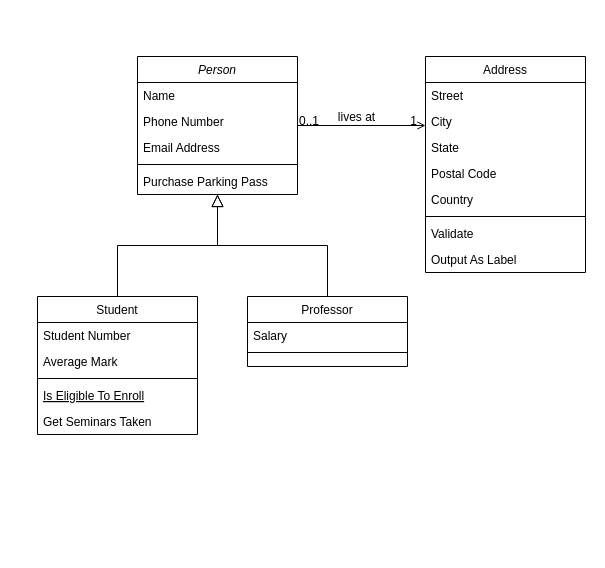
Above: ObjectClassDiagram.drawio in Thakkar-Khushang/Lofy-Backend (draw.io), before the change. Source tidied: cells renumbered, new cells numbered last; positions are measured from the earlier drawing's top-left corner, leaving out a move shared by most shapes. Both pictures are drawn from the tidied source at 100%, with x=0, y=0 at pixel (37, 56).
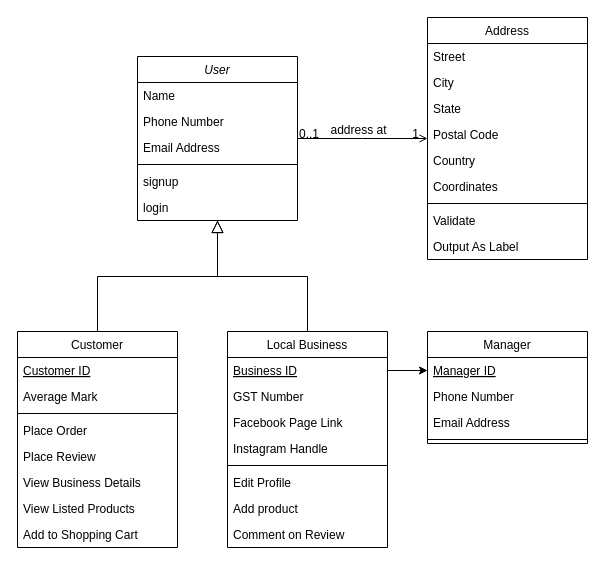
Above is the later version.

Commit message:
Finished Object Class Diagram

The change refers to these unchanged cells:
```xml
<mxCell id="28" style="endArrow=open;shadow=0;strokeWidth=1;rounded=0;endFill=1;edgeStyle=elbowEdgeStyle;elbow=vertical;" parent="1" edge="1" source="2" target="19">
  <mxGeometry x="0.5" y="41" relative="1" as="geometry">
    <mxPoint x="-40" y="32" as="offset" />
  </mxGeometry>
</mxCell>
```

Diff of the diagram source:
```diff
@@
-    <mxCell id="2" value="Person" style="swimlane;fontStyle=2;align=center;verticalAlign=top;horizontal=1;startSize=26;rounded=0;shadow=0;strokeWidth=1;" parent="1" vertex="1">
-      <mxGeometry x="100" width="160" height="138" as="geometry" />
+    <mxCell id="2" value="User" style="swimlane;fontStyle=2;align=center;verticalAlign=top;horizontal=1;startSize=26;rounded=0;shadow=0;strokeWidth=1;" parent="1" vertex="1">
+      <mxGeometry x="100" width="160" height="164" as="geometry" />
     </mxCell>
@@
+    <mxCell id="32" value="signup" style="text;align=left;verticalAlign=top;spacingLeft=4;spacingRight=4;overflow=hidden;" parent="2" vertex="1">
+      <mxGeometry y="112" width="160" height="26" as="geometry" />
+    </mxCell>
-    <mxCell id="7" value="Purchase Parking Pass" style="text;align=left;verticalAlign=top;spacingLeft=4;spacingRight=4;overflow=hidden;" parent="2" vertex="1">
-      <mxGeometry y="112" width="160" height="26" as="geometry" />
+    <mxCell id="7" value="login" style="text;align=left;verticalAlign=top;spacingLeft=4;spacingRight=4;overflow=hidden;" parent="2" vertex="1">
+      <mxGeometry y="138" width="160" height="26" as="geometry" />
     </mxCell>
-    <mxCell id="8" value="Student" style="swimlane;fontStyle=0;align=center;verticalAlign=top;horizontal=1;startSize=26;rounded=0;shadow=0;strokeWidth=1;" parent="1" vertex="1">
-      <mxGeometry y="240" width="160" height="138" as="geometry" />
+    <mxCell id="8" value="Customer" style="swimlane;fontStyle=0;align=center;verticalAlign=top;horizontal=1;startSize=26;rounded=0;shadow=0;strokeWidth=1;" parent="1" vertex="1">
+      <mxGeometry x="-20" y="275" width="160" height="216" as="geometry" />
     </mxCell>
-    <mxCell id="9" value="Student Number" style="text;align=left;verticalAlign=top;spacingLeft=4;spacingRight=4;overflow=hidden;" parent="8" vertex="1">
+    <mxCell id="9" value="Customer ID" style="text;align=left;verticalAlign=top;spacingLeft=4;spacingRight=4;overflow=hidden;fontStyle=4;" parent="8" vertex="1">
       <mxGeometry y="26" width="160" height="26" as="geometry" />
     </mxCell>
@@
-    <mxCell id="12" value="Is Eligible To Enroll" style="text;align=left;verticalAlign=top;spacingLeft=4;spacingRight=4;overflow=hidden;fontStyle=4;" parent="8" vertex="1">
+    <mxCell id="12" value="Place Order" style="text;align=left;verticalAlign=top;spacingLeft=4;spacingRight=4;overflow=hidden;fontStyle=0;" parent="8" vertex="1">
       <mxGeometry y="86" width="160" height="26" as="geometry" />
     </mxCell>
-    <mxCell id="13" value="Get Seminars Taken" style="text;align=left;verticalAlign=top;spacingLeft=4;spacingRight=4;overflow=hidden;" parent="8" vertex="1">
+    <mxCell id="13" value="Place Review" style="text;align=left;verticalAlign=top;spacingLeft=4;spacingRight=4;overflow=hidden;" parent="8" vertex="1">
       <mxGeometry y="112" width="160" height="26" as="geometry" />
     </mxCell>
+    <mxCell id="33" value="View Business Details" style="text;align=left;verticalAlign=top;spacingLeft=4;spacingRight=4;overflow=hidden;" parent="8" vertex="1">
+      <mxGeometry y="138" width="160" height="26" as="geometry" />
+    </mxCell>
+    <mxCell id="34" value="View Listed Products" style="text;align=left;verticalAlign=top;spacingLeft=4;spacingRight=4;overflow=hidden;" parent="8" vertex="1">
+      <mxGeometry y="164" width="160" height="26" as="geometry" />
+    </mxCell>
+    <mxCell id="35" value="Add to Shopping Cart" style="text;align=left;verticalAlign=top;spacingLeft=4;spacingRight=4;overflow=hidden;" parent="8" vertex="1">
+      <mxGeometry y="190" width="160" height="26" as="geometry" />
+    </mxCell>
@@
-    <mxCell id="15" value="Professor" style="swimlane;fontStyle=0;align=center;verticalAlign=top;horizontal=1;startSize=26;rounded=0;shadow=0;strokeWidth=1;" parent="1" vertex="1">
-      <mxGeometry x="210" y="240" width="160" height="70" as="geometry" />
+    <mxCell id="15" value="Local Business" style="swimlane;fontStyle=0;align=center;verticalAlign=top;horizontal=1;startSize=26;rounded=0;shadow=0;strokeWidth=1;" parent="1" vertex="1">
+      <mxGeometry x="190" y="275" width="160" height="216" as="geometry" />
     </mxCell>
+    <mxCell id="36" value="Business ID&#10;" style="text;align=left;verticalAlign=top;spacingLeft=4;spacingRight=4;overflow=hidden;points=[[0,0.5],[1,0.5]];portConstraint=eastwest;fontStyle=4;" parent="15" vertex="1">
+      <mxGeometry y="26" width="160" height="26" as="geometry" />
+    </mxCell>
-    <mxCell id="16" value="Salary" style="text;align=left;verticalAlign=top;spacingLeft=4;spacingRight=4;overflow=hidden;" parent="15" vertex="1">
-      <mxGeometry y="26" width="160" height="26" as="geometry" />
+    <mxCell id="16" value="GST Number" style="text;align=left;verticalAlign=top;spacingLeft=4;spacingRight=4;overflow=hidden;" parent="15" vertex="1">
+      <mxGeometry y="52" width="160" height="26" as="geometry" />
     </mxCell>
+    <mxCell id="37" value="Facebook Page Link" style="text;align=left;verticalAlign=top;spacingLeft=4;spacingRight=4;overflow=hidden;" parent="15" vertex="1">
+      <mxGeometry y="78" width="160" height="26" as="geometry" />
+    </mxCell>
+    <mxCell id="38" value="Instagram Handle" style="text;align=left;verticalAlign=top;spacingLeft=4;spacingRight=4;overflow=hidden;" parent="15" vertex="1">
+      <mxGeometry y="104" width="160" height="26" as="geometry" />
+    </mxCell>
     <mxCell id="17" style="line;html=1;strokeWidth=1;align=left;verticalAlign=middle;spacingTop=-1;spacingLeft=3;spacingRight=3;labelPosition=right;" parent="15" vertex="1">
-      <mxGeometry y="52" width="160" height="8" as="geometry" />
+      <mxGeometry y="130" width="160" height="8" as="geometry" />
     </mxCell>
+    <mxCell id="39" value="Edit Profile" style="text;align=left;verticalAlign=top;spacingLeft=4;spacingRight=4;overflow=hidden;" parent="15" vertex="1">
+      <mxGeometry y="138" width="160" height="26" as="geometry" />
+    </mxCell>
+    <mxCell id="40" value="Add product" style="text;align=left;verticalAlign=top;spacingLeft=4;spacingRight=4;overflow=hidden;" parent="15" vertex="1">
+      <mxGeometry y="164" width="160" height="26" as="geometry" />
+    </mxCell>
+    <mxCell id="41" value="Comment on Review" style="text;align=left;verticalAlign=top;spacingLeft=4;spacingRight=4;overflow=hidden;" parent="15" vertex="1">
+      <mxGeometry y="190" width="160" height="26" as="geometry" />
+    </mxCell>
@@
     <mxCell id="19" value="Address" style="swimlane;fontStyle=0;align=center;verticalAlign=top;horizontal=1;startSize=26;rounded=0;shadow=0;strokeWidth=1;" parent="1" vertex="1">
-      <mxGeometry x="388" width="160" height="216" as="geometry" />
+      <mxGeometry x="390" y="-39" width="160" height="242" as="geometry" />
     </mxCell>
@@
+    <mxCell id="42" value="Coordinates" style="text;align=left;verticalAlign=top;spacingLeft=4;spacingRight=4;overflow=hidden;rounded=0;shadow=0;html=0;" parent="19" vertex="1">
+      <mxGeometry y="156" width="160" height="26" as="geometry" />
+    </mxCell>
     <mxCell id="25" style="line;html=1;strokeWidth=1;align=left;verticalAlign=middle;spacingTop=-1;spacingLeft=3;spacingRight=3;labelPosition=right;" parent="19" vertex="1">
-      <mxGeometry y="156" width="160" height="8" as="geometry" />
+      <mxGeometry y="182" width="160" height="8" as="geometry" />
     </mxCell>
     <mxCell id="26" value="Validate" style="text;align=left;verticalAlign=top;spacingLeft=4;spacingRight=4;overflow=hidden;" parent="19" vertex="1">
-      <mxGeometry y="164" width="160" height="26" as="geometry" />
+      <mxGeometry y="190" width="160" height="26" as="geometry" />
     </mxCell>
     <mxCell id="27" value="Output As Label" style="text;align=left;verticalAlign=top;spacingLeft=4;spacingRight=4;overflow=hidden;" parent="19" vertex="1">
-      <mxGeometry y="190" width="160" height="26" as="geometry" />
+      <mxGeometry y="216" width="160" height="26" as="geometry" />
     </mxCell>
@@
-    <mxCell id="31" value="lives at" style="text;html=1;align=center;verticalAlign=middle;labelBackgroundColor=none;rounded=0;shadow=0;strokeWidth=1;fontSize=12;" parent="28" vertex="1">
+    <mxCell id="31" value="address at" style="text;html=1;align=center;verticalAlign=middle;labelBackgroundColor=none;rounded=0;shadow=0;strokeWidth=1;fontSize=12;" parent="28" vertex="1">
       <mxGeometry x="0.5" y="49" relative="1" as="geometry">
         <mxPoint x="-38" y="40" as="offset" />
       </mxGeometry>
     </mxCell>
+    <mxCell id="43" value="Manager" style="swimlane;fontStyle=0;align=center;verticalAlign=top;horizontal=1;startSize=26;rounded=0;shadow=0;strokeWidth=1;" parent="1" vertex="1">
+      <mxGeometry x="390" y="275" width="160" height="112" as="geometry" />
+    </mxCell>
+    <mxCell id="44" value="Manager ID" style="text;align=left;verticalAlign=top;spacingLeft=4;spacingRight=4;overflow=hidden;points=[[0,0.5],[1,0.5]];portConstraint=eastwest;fontStyle=4;" parent="43" vertex="1">
+      <mxGeometry y="26" width="160" height="26" as="geometry" />
+    </mxCell>
+    <mxCell id="45" value="Phone Number" style="text;align=left;verticalAlign=top;spacingLeft=4;spacingRight=4;overflow=hidden;rounded=0;shadow=0;html=0;" parent="43" vertex="1">
+      <mxGeometry y="52" width="160" height="26" as="geometry" />
+    </mxCell>
+    <mxCell id="46" value="Email Address" style="text;align=left;verticalAlign=top;spacingLeft=4;spacingRight=4;overflow=hidden;rounded=0;shadow=0;html=0;" parent="43" vertex="1">
+      <mxGeometry y="78" width="160" height="26" as="geometry" />
+    </mxCell>
+    <mxCell id="47" style="line;html=1;strokeWidth=1;align=left;verticalAlign=middle;spacingTop=-1;spacingLeft=3;spacingRight=3;labelPosition=right;" parent="43" vertex="1">
+      <mxGeometry y="104" width="160" height="8" as="geometry" />
+    </mxCell>
+    <mxCell id="48" style="endArrow=classic;html=1;rounded=0;exitX=1;exitY=0.5;exitDx=0;exitDy=0;entryX=0;entryY=0.5;entryDx=0;entryDy=0;" parent="1" edge="1" source="36" target="44">
+      <mxGeometry relative="1" as="geometry" />
+    </mxCell>
```
